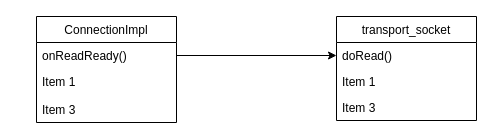
Above: event_call_chain.drawio in xu1zhou/Documents (draw.io), before the change. Source tidied: cells renumbered, new cells numbered last; positions are measured from the earlier drawing's top-left corner, leaving out a move shared by most shapes. Both pictures are drawn from the tidied source at 100%, with x=0, y=0 at pixel (36, 16).
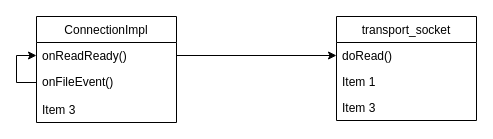
The same diagram, later.

What changed in the source:
```diff
@@
 <mxGraphModel>
   <root>
     <mxCell id="0" />
     <mxCell id="1" parent="0" />
     <mxCell id="2" value="ConnectionImpl" style="swimlane;fontStyle=0;horizontal=1;startSize=26;" parent="1" vertex="1">
       <mxGeometry width="140" height="106" as="geometry" />
     </mxCell>
     <mxCell id="3" value="onReadReady()" style="text;strokeColor=none;fillColor=none;align=left;verticalAlign=top;spacingLeft=4;spacingRight=4;overflow=hidden;points=[[0,0.5],[1,0.5]];portConstraint=eastwest;" parent="2" vertex="1">
       <mxGeometry y="26" width="140" height="26" as="geometry" />
     </mxCell>
+    <mxCell id="11" style="edgeStyle=orthogonalEdgeStyle;rounded=0;jettySize=auto;html=1;entryX=0;entryY=0.5;entryDx=0;entryDy=0;" parent="2" edge="1" source="4" target="3">
+      <mxGeometry relative="1" as="geometry" />
+    </mxCell>
-    <mxCell id="4" value="Item 1" style="text;strokeColor=none;fillColor=none;align=left;verticalAlign=top;spacingLeft=4;spacingRight=4;overflow=hidden;points=[[0,0.5],[1,0.5]];portConstraint=eastwest;" parent="2" vertex="1">
+    <mxCell id="4" value="onFileEvent()" style="text;strokeColor=none;fillColor=none;align=left;verticalAlign=top;spacingLeft=4;spacingRight=4;overflow=hidden;points=[[0,0.5],[1,0.5]];portConstraint=eastwest;" parent="2" vertex="1">
       <mxGeometry y="52" width="140" height="28" as="geometry" />
     </mxCell>
     <mxCell id="5" value="Item 3" style="text;strokeColor=none;fillColor=none;align=left;verticalAlign=top;spacingLeft=4;spacingRight=4;overflow=hidden;" parent="2" vertex="1">
       <mxGeometry y="80" width="140" height="26" as="geometry" />
     </mxCell>
     <mxCell id="6" value="transport_socket" style="swimlane;fontStyle=0;horizontal=1;startSize=26;" parent="1" vertex="1">
       <mxGeometry x="300" width="140" height="104" as="geometry" />
     </mxCell>
     <mxCell id="7" value="doRead()" style="text;strokeColor=none;fillColor=none;align=left;verticalAlign=top;spacingLeft=4;spacingRight=4;overflow=hidden;points=[[0,0.5],[1,0.5]];portConstraint=eastwest;" parent="6" vertex="1">
       <mxGeometry y="26" width="140" height="26" as="geometry" />
     </mxCell>
     <mxCell id="8" value="Item 1" style="text;strokeColor=none;fillColor=none;align=left;verticalAlign=top;spacingLeft=4;spacingRight=4;overflow=hidden;" parent="6" vertex="1">
       <mxGeometry y="52" width="140" height="26" as="geometry" />
     </mxCell>
     <mxCell id="9" value="Item 3" style="text;strokeColor=none;fillColor=none;align=left;verticalAlign=top;spacingLeft=4;spacingRight=4;overflow=hidden;" parent="6" vertex="1">
       <mxGeometry y="78" width="140" height="26" as="geometry" />
     </mxCell>
     <mxCell id="10" style="edgeStyle=orthogonalEdgeStyle;rounded=0;jettySize=auto;html=1;" parent="1" edge="1" source="3" target="7">
       <mxGeometry relative="1" as="geometry" />
     </mxCell>
   </root>
 </mxGraphModel>
```
